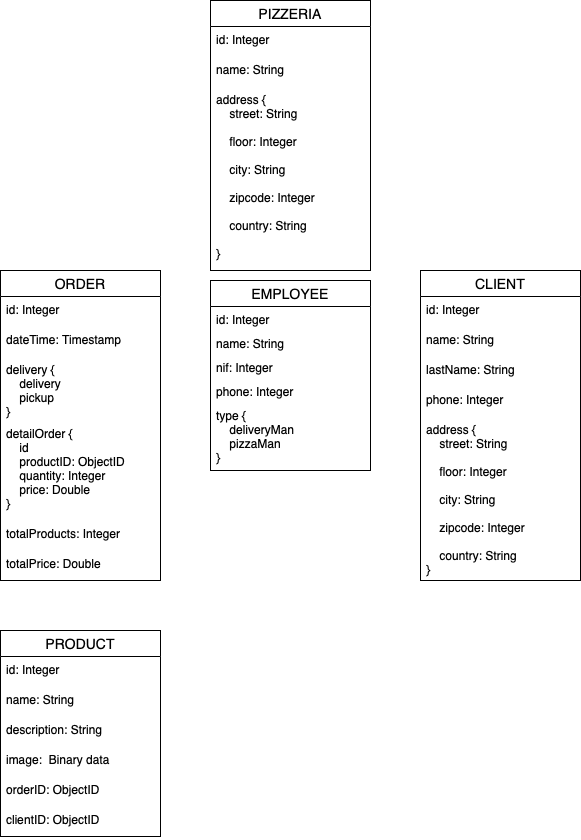
Above: mongoDB_structures/modelTreePizzeria.png in GabrielaMaureira/secondSprint (draw.io), before the change. Source tidied: cells renumbered, new cells last; positions are measured from the earlier drawing's top-left corner, leaving out a move shared by most shapes.
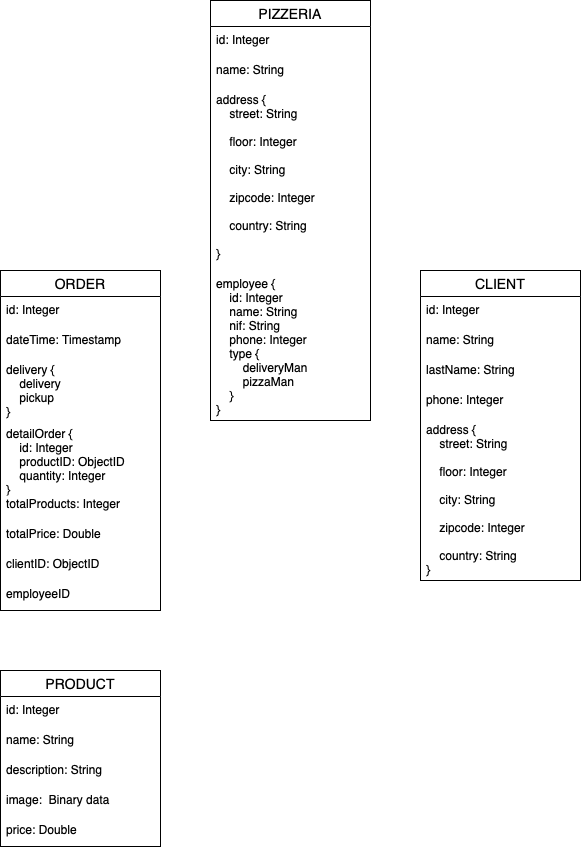
After the change.

Commit message:
Fixing Pizzeria model tree

What changed in the source:
```diff
@@ -20,26 +20,8 @@
     <mxCell id="7" value="address {&#10;    street: String&#10;&#10;    floor: Integer&#10;&#10;    city: String&#10;&#10;    zipcode: Integer&#10;&#10;    country: String&#10;}" style="text;strokeColor=none;fillColor=none;spacingLeft=4;spacingRight=4;overflow=hidden;fontSize=12;" parent="2" vertex="1">
       <mxGeometry y="146" width="160" height="164" as="geometry" />
     </mxCell>
-    <mxCell id="8" value="EMPLOYEE" style="swimlane;fontStyle=0;horizontal=1;startSize=26;align=center;fontSize=14;" parent="1" vertex="1">
-      <mxGeometry x="210" y="280" width="160" height="190" as="geometry" />
-    </mxCell>
-    <mxCell id="9" value="id: Integer&#10;" style="text;strokeColor=none;fillColor=none;spacingLeft=4;spacingRight=4;overflow=hidden;fontSize=12;" parent="8" vertex="1">
-      <mxGeometry y="26" width="160" height="24" as="geometry" />
-    </mxCell>
-    <mxCell id="10" value="name: String" style="text;strokeColor=none;fillColor=none;spacingLeft=4;spacingRight=4;overflow=hidden;fontSize=12;" parent="8" vertex="1">
-      <mxGeometry y="50" width="160" height="24" as="geometry" />
-    </mxCell>
-    <mxCell id="11" value="nif: Integer" style="text;strokeColor=none;fillColor=none;spacingLeft=4;spacingRight=4;overflow=hidden;fontSize=12;" parent="8" vertex="1">
-      <mxGeometry y="74" width="160" height="24" as="geometry" />
-    </mxCell>
-    <mxCell id="12" value="phone: Integer" style="text;strokeColor=none;fillColor=none;spacingLeft=4;spacingRight=4;overflow=hidden;fontSize=12;" parent="8" vertex="1">
-      <mxGeometry y="98" width="160" height="24" as="geometry" />
-    </mxCell>
-    <mxCell id="13" value="type {&#10;    deliveryMan&#10;    pizzaMan&#10;}" style="text;strokeColor=none;fillColor=none;spacingLeft=4;spacingRight=4;overflow=hidden;fontSize=12;" parent="8" vertex="1">
-      <mxGeometry y="122" width="160" height="68" as="geometry" />
-    </mxCell>
     <mxCell id="14" value="ORDER" style="swimlane;fontStyle=0;horizontal=1;startSize=26;align=center;fontSize=14;" parent="1" vertex="1">
-      <mxGeometry y="270" width="160" height="310" as="geometry" />
+      <mxGeometry y="270" width="160" height="340" as="geometry" />
     </mxCell>
     <mxCell id="15" value="id: Integer" style="text;strokeColor=none;fillColor=none;spacingLeft=4;spacingRight=4;overflow=hidden;fontSize=12;" parent="14" vertex="1">
       <mxGeometry y="26" width="160" height="30" as="geometry" />
@@ -50,17 +32,23 @@
     <mxCell id="17" value="delivery {&#10;    delivery&#10;    pickup&#10;}" style="text;strokeColor=none;fillColor=none;spacingLeft=4;spacingRight=4;overflow=hidden;fontSize=12;" parent="14" vertex="1">
       <mxGeometry y="86" width="160" height="64" as="geometry" />
     </mxCell>
-    <mxCell id="18" value="detailOrder {&#10;    id&#10;    productID: ObjectID&#10;    quantity: Integer&#10;    price: Double&#10;}" style="text;strokeColor=none;fillColor=none;spacingLeft=4;spacingRight=4;overflow=hidden;fontSize=12;" parent="14" vertex="1">
-      <mxGeometry y="150" width="160" height="100" as="geometry" />
+    <mxCell id="18" value="detailOrder {&#10;    id: Integer    &#10;    productID: ObjectID&#10;    quantity: Integer&#10;}" style="text;strokeColor=none;fillColor=none;spacingLeft=4;spacingRight=4;overflow=hidden;fontSize=12;" parent="14" vertex="1">
+      <mxGeometry y="150" width="160" height="70" as="geometry" />
     </mxCell>
     <mxCell id="19" value="totalProducts: Integer" style="text;strokeColor=none;fillColor=none;spacingLeft=4;spacingRight=4;overflow=hidden;fontSize=12;" parent="14" vertex="1">
-      <mxGeometry y="250" width="160" height="30" as="geometry" />
+      <mxGeometry y="220" width="160" height="30" as="geometry" />
     </mxCell>
     <mxCell id="20" value="totalPrice: Double" style="text;strokeColor=none;fillColor=none;spacingLeft=4;spacingRight=4;overflow=hidden;fontSize=12;" parent="14" vertex="1">
-      <mxGeometry y="280" width="160" height="30" as="geometry" />
+      <mxGeometry y="250" width="160" height="30" as="geometry" />
     </mxCell>
+    <mxCell id="27" value="clientID: ObjectID" style="text;strokeColor=none;fillColor=none;spacingLeft=4;spacingRight=4;overflow=hidden;fontSize=12;" parent="14" vertex="1">
+      <mxGeometry y="280" width="160" height="30" as="geometry" />
+    </mxCell>
+    <mxCell id="32" value="employeeID" style="text;strokeColor=none;fillColor=none;spacingLeft=4;spacingRight=4;overflow=hidden;fontSize=12;" parent="14" vertex="1">
+      <mxGeometry y="310" width="160" height="30" as="geometry" />
+    </mxCell>
     <mxCell id="21" value="PRODUCT" style="swimlane;fontStyle=0;horizontal=1;startSize=26;align=center;fontSize=14;" parent="1" vertex="1">
-      <mxGeometry y="630" width="160" height="206" as="geometry" />
+      <mxGeometry y="670" width="160" height="176" as="geometry" />
     </mxCell>
     <mxCell id="22" value="id: Integer" style="text;strokeColor=none;fillColor=none;spacingLeft=4;spacingRight=4;overflow=hidden;fontSize=12;" parent="21" vertex="1">
       <mxGeometry y="26" width="160" height="30" as="geometry" />
@@ -74,14 +62,11 @@
     <mxCell id="25" value="image:  Binary data" style="text;strokeColor=none;fillColor=none;spacingLeft=4;spacingRight=4;overflow=hidden;fontSize=12;" parent="21" vertex="1">
       <mxGeometry y="116" width="160" height="30" as="geometry" />
     </mxCell>
-    <mxCell id="26" value="orderID: ObjectID" style="text;strokeColor=none;fillColor=none;spacingLeft=4;spacingRight=4;overflow=hidden;fontSize=12;" parent="21" vertex="1">
-      <mxGeometry y="146" width="160" height="30" as="geometry" />
-    </mxCell>
-    <mxCell id="27" value="clientID: ObjectID" style="text;strokeColor=none;fillColor=none;spacingLeft=4;spacingRight=4;overflow=hidden;fontSize=12;" parent="21" vertex="1">
-      <mxGeometry y="176" width="160" height="30" as="geometry" />
-    </mxCell>
+    <mxCell id="33" value="price: Double" style="text;strokeColor=none;fillColor=none;spacingLeft=4;spacingRight=4;overflow=hidden;fontSize=12;" parent="21" vertex="1">
+      <mxGeometry y="146" width="160" height="30" as="geometry" />
+    </mxCell>
     <mxCell id="28" value="PIZZERIA" style="swimlane;fontStyle=0;horizontal=1;startSize=26;align=center;fontSize=14;" parent="1" vertex="1">
-      <mxGeometry x="210" width="160" height="270" as="geometry" />
+      <mxGeometry x="210" width="160" height="420" as="geometry" />
     </mxCell>
     <mxCell id="29" value="id: Integer" style="text;strokeColor=none;fillColor=none;spacingLeft=4;spacingRight=4;overflow=hidden;fontSize=12;" parent="28" vertex="1">
       <mxGeometry y="26" width="160" height="30" as="geometry" />
@@ -89,8 +74,11 @@
     <mxCell id="30" value="name: String" style="text;strokeColor=none;fillColor=none;spacingLeft=4;spacingRight=4;overflow=hidden;fontSize=12;" parent="28" vertex="1">
       <mxGeometry y="56" width="160" height="30" as="geometry" />
     </mxCell>
-    <mxCell id="31" value="address {&#10;    street: String&#10;&#10;    floor: Integer&#10;&#10;    city: String&#10;&#10;    zipcode: Integer&#10;&#10;    country: String&#10;&#10;}" style="text;strokeColor=none;fillColor=none;spacingLeft=4;spacingRight=4;overflow=hidden;fontSize=12;" parent="28" vertex="1">
+    <mxCell id="31" value="address {&#10;    street: String&#10;&#10;    floor: Integer&#10;&#10;    city: String&#10;&#10;    zipcode: Integer&#10;&#10;    country: String&#10;&#10;}&#10;" style="text;strokeColor=none;fillColor=none;spacingLeft=4;spacingRight=4;overflow=hidden;fontSize=12;" parent="28" vertex="1">
       <mxGeometry y="86" width="160" height="184" as="geometry" />
     </mxCell>
+    <mxCell id="34" value="employee {&#10;    id: Integer&#10;    name: String&#10;    nif: String&#10;    phone: Integer&#10;    type {&#10;        deliveryMan&#10;        pizzaMan&#10;    }&#10;}" style="text;strokeColor=none;fillColor=none;spacingLeft=4;spacingRight=4;overflow=hidden;fontSize=12;" parent="28" vertex="1">
+      <mxGeometry y="270" width="160" height="150" as="geometry" />
+    </mxCell>
   </root>
 </mxGraphModel>
```
